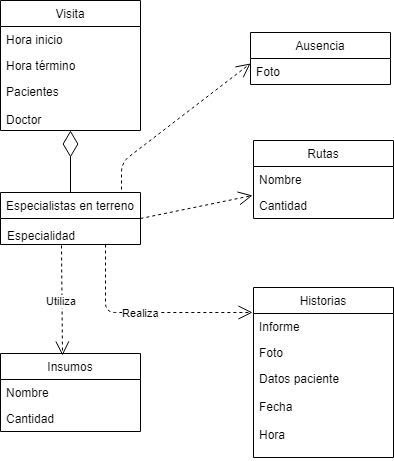
This is App HUD.png from DanSotoC/G4HD, a draw.io export, as it was before one commit. Source tidied: cells renumbered, new cells last; positions are measured from the earlier drawing's top-left corner, leaving out a move shared by most shapes.
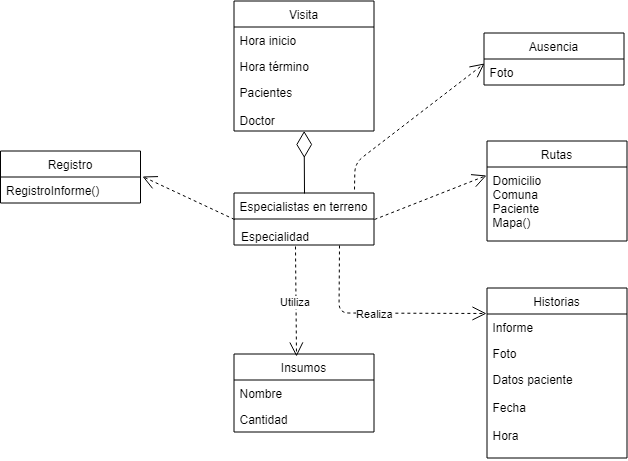
After the commit.

Change to the diagram source:
```diff
@@ -20,12 +20,12 @@
     <mxCell id="7" value="Insumos" style="swimlane;fontStyle=0;horizontal=1;startSize=26;fillColor=none;" parent="1" vertex="1">
       <mxGeometry y="353" width="140" height="78" as="geometry" />
     </mxCell>
-    <mxCell id="8" value="Nombre" style="text;strokeColor=none;fillColor=none;align=left;verticalAlign=top;spacingLeft=4;spacingRight=4;overflow=hidden;" parent="7" vertex="1">
-      <mxGeometry y="26" width="140" height="26" as="geometry" />
-    </mxCell>
-    <mxCell id="9" value="Cantidad" style="text;strokeColor=none;fillColor=none;align=left;verticalAlign=top;spacingLeft=4;spacingRight=4;overflow=hidden;" parent="7" vertex="1">
-      <mxGeometry y="52" width="140" height="26" as="geometry" />
-    </mxCell>
+    <mxCell id="25" value="Nombre" style="text;strokeColor=none;fillColor=none;align=left;verticalAlign=top;spacingLeft=4;spacingRight=4;overflow=hidden;" parent="7" vertex="1">
+      <mxGeometry y="26" width="140" height="26" as="geometry" />
+    </mxCell>
+    <mxCell id="26" value="Cantidad" style="text;strokeColor=none;fillColor=none;align=left;verticalAlign=top;spacingLeft=4;spacingRight=4;overflow=hidden;" parent="7" vertex="1">
+      <mxGeometry y="52" width="140" height="26" as="geometry" />
+    </mxCell>
     <mxCell id="10" value="Historias" style="swimlane;fontStyle=0;horizontal=1;startSize=26;fillColor=none;" parent="1" vertex="1">
       <mxGeometry x="253" y="287" width="140" height="170" as="geometry" />
     </mxCell>
@@ -39,14 +39,11 @@
       <mxGeometry y="78" width="140" height="92" as="geometry" />
     </mxCell>
     <mxCell id="14" value="Rutas" style="swimlane;fontStyle=0;horizontal=1;startSize=26;fillColor=none;" parent="1" vertex="1">
-      <mxGeometry x="253" y="140" width="140" height="78" as="geometry" />
+      <mxGeometry x="253" y="140" width="140" height="100" as="geometry" />
     </mxCell>
-    <mxCell id="15" value="Nombre" style="text;strokeColor=none;fillColor=none;align=left;verticalAlign=top;spacingLeft=4;spacingRight=4;overflow=hidden;" parent="14" vertex="1">
-      <mxGeometry y="26" width="140" height="26" as="geometry" />
-    </mxCell>
-    <mxCell id="16" value="Cantidad" style="text;strokeColor=none;fillColor=none;align=left;verticalAlign=top;spacingLeft=4;spacingRight=4;overflow=hidden;points=[[0,0.5],[1,0.5]];portConstraint=eastwest;" parent="14" vertex="1">
-      <mxGeometry y="52" width="140" height="26" as="geometry" />
-    </mxCell>
+    <mxCell id="27" value="Domicilio&#10;Comuna&#10;Paciente&#10;Mapa()&#10;" style="text;strokeColor=none;fillColor=none;align=left;verticalAlign=top;spacingLeft=4;spacingRight=4;overflow=hidden;points=[[0,0.5],[1,0.5]];portConstraint=eastwest;" parent="14" vertex="1">
+      <mxGeometry y="26" width="140" height="74" as="geometry" />
+    </mxCell>
     <mxCell id="17" value="Ausencia" style="swimlane;fontStyle=0;horizontal=1;startSize=26;fillColor=none;" parent="1" vertex="1">
       <mxGeometry x="250" y="32" width="140" height="52" as="geometry" />
     </mxCell>
@@ -70,11 +67,11 @@
         <mxPoint x="35" y="35" as="offset" />
       </mxGeometry>
     </mxCell>
-    <mxCell id="23" style="endArrow=open;endSize=12;dashed=1;html=1;exitX=1;exitY=0.5;exitDx=0;exitDy=0;entryX=-0.007;entryY=0.115;entryDx=0;entryDy=0;entryPerimeter=0;" parent="1" edge="1" source="6" target="16">
-      <mxGeometry x="-0.37" y="35" relative="1" as="geometry">
-        <mxPoint x="35" y="35" as="offset" />
-      </mxGeometry>
-    </mxCell>
+    <mxCell id="28" style="endArrow=open;endSize=12;dashed=1;html=1;exitX=1;exitY=0.5;exitDx=0;exitDy=0;entryX=-0.007;entryY=0.115;entryDx=0;entryDy=0;entryPerimeter=0;" parent="1" edge="1" source="6" target="27">
+      <mxGeometry x="-0.37" y="35" relative="1" as="geometry">
+        <mxPoint x="35" y="35" as="offset" />
+      </mxGeometry>
+    </mxCell>
     <mxCell id="24" style="endArrow=open;endSize=12;dashed=1;html=1;exitX=0.864;exitY=-0.058;exitDx=0;exitDy=0;exitPerimeter=0;entryX=0;entryY=0.192;entryDx=0;entryDy=0;entryPerimeter=0;" parent="1" edge="1" source="6" target="18">
       <mxGeometry x="-0.37" y="35" relative="1" as="geometry">
         <Array as="points">
@@ -83,5 +80,16 @@
         <mxPoint x="35" y="35" as="offset" />
       </mxGeometry>
     </mxCell>
+    <mxCell id="29" value="Registro" style="swimlane;fontStyle=0;horizontal=1;startSize=26;fillColor=none;" parent="1" vertex="1">
+      <mxGeometry x="-233.5" y="150" width="140" height="52" as="geometry" />
+    </mxCell>
+    <mxCell id="30" value="RegistroInforme()" style="text;strokeColor=none;fillColor=none;align=left;verticalAlign=top;spacingLeft=4;spacingRight=4;overflow=hidden;points=[[0,0.5],[1,0.5]];portConstraint=eastwest;" parent="29" vertex="1">
+      <mxGeometry y="26" width="140" height="26" as="geometry" />
+    </mxCell>
+    <mxCell id="31" style="endArrow=open;endSize=12;dashed=1;html=1;exitX=0;exitY=0.5;exitDx=0;exitDy=0;entryX=1.011;entryY=-0.032;entryDx=0;entryDy=0;entryPerimeter=0;" parent="1" edge="1" source="6" target="30">
+      <mxGeometry x="-0.37" y="35" relative="1" as="geometry">
+        <mxPoint x="35" y="35" as="offset" />
+      </mxGeometry>
+    </mxCell>
   </root>
 </mxGraphModel>
```
